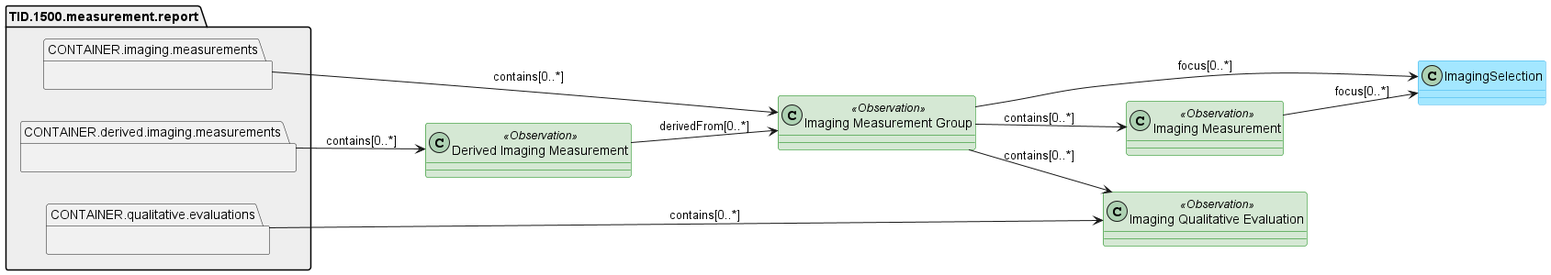
Before: input/images/tid_1500_measurement_report.png, a diagram exported from PlantUML (HL7/dicom-sr). Source of this version:
```plantuml
@startuml tid_1500_measurement_report
left to right direction

class "Imaging Measurement Group" as ImagingMeasurementGroup <<Observation>> #d5e8d4 ##green
class "Imaging Measurement" as ImagingMeasurement <<Observation>> #d5e8d4 ##green
class "Derived Imaging Measurement" as DerivedImagingMeasurement <<Observation>> #d5e8d4 ##green
class "Imaging Qualitative Evaluation" as ImagingQualitativeEvaluation <<Observation>> #d5e8d4 ##green

class ImagingSelection #a3e7ff ##34b1eb


package TID.1500.measurement.report #EEEEEE {
    package CONTAINER.imaging.measurements {
    }
    package CONTAINER.derived.imaging.measurements {
    }
    package CONTAINER.qualitative.evaluations {
    }
}

CONTAINER.imaging.measurements --> ImagingMeasurementGroup : contains[0..*]
CONTAINER.derived.imaging.measurements --> DerivedImagingMeasurement : contains[0..*]
CONTAINER.qualitative.evaluations --> ImagingQualitativeEvaluation : contains[0..*]

ImagingMeasurementGroup --> ImagingMeasurement : contains[0..*]
ImagingMeasurementGroup --> ImagingQualitativeEvaluation : contains[0..*]
DerivedImagingMeasurement --> ImagingMeasurementGroup : derivedFrom[0..*]

ImagingMeasurement --> ImagingSelection: focus[0..*]
ImagingMeasurementGroup --> ImagingSelection: focus[0..*]
@enduml
```
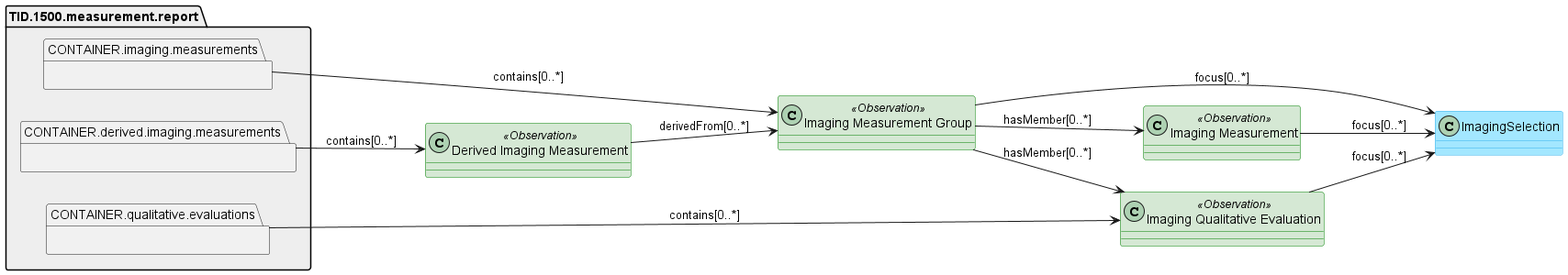
After the commit.

Commit message:
* Updated architecture.md with some additional explanation of DICOM SR * Updated tid_1500_measurement_report.plantuml

Diff of the diagram source:
```diff
@@ -22,10 +22,11 @@
 CONTAINER.derived.imaging.measurements --> DerivedImagingMeasurement : contains[0..*]
 CONTAINER.qualitative.evaluations --> ImagingQualitativeEvaluation : contains[0..*]
 
-ImagingMeasurementGroup --> ImagingMeasurement : contains[0..*]
-ImagingMeasurementGroup --> ImagingQualitativeEvaluation : contains[0..*]
+ImagingMeasurementGroup --> ImagingMeasurement : hasMember[0..*]
+ImagingMeasurementGroup --> ImagingQualitativeEvaluation : hasMember[0..*]
 DerivedImagingMeasurement --> ImagingMeasurementGroup : derivedFrom[0..*]
 
 ImagingMeasurement --> ImagingSelection: focus[0..*]
 ImagingMeasurementGroup --> ImagingSelection: focus[0..*]
+ImagingQualitativeEvaluation --> ImagingSelection: focus[0..*]
 @enduml
```
